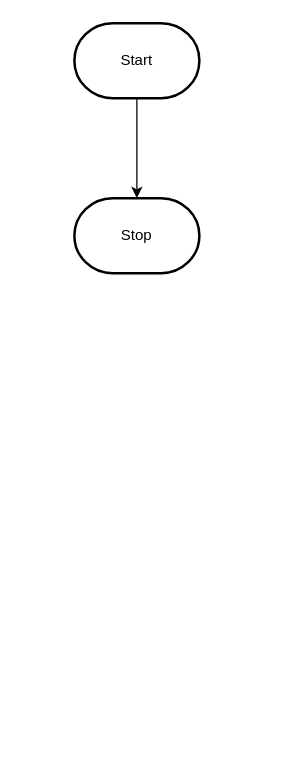
MTHS-TEJ2O-1-2023/TEJ2O-Unit-5-06-ihor-chernyshev keeps this draw.io diagram as design/flowchart.drawio. Above is the earlier version. Source tidied: cells renumbered, new cells numbered last; positions are measured from the earlier drawing's top-left corner, leaving out a move shared by most shapes. Both pictures are drawn from the tidied source at 125%, with x=0, y=0 at pixel (74, 22).
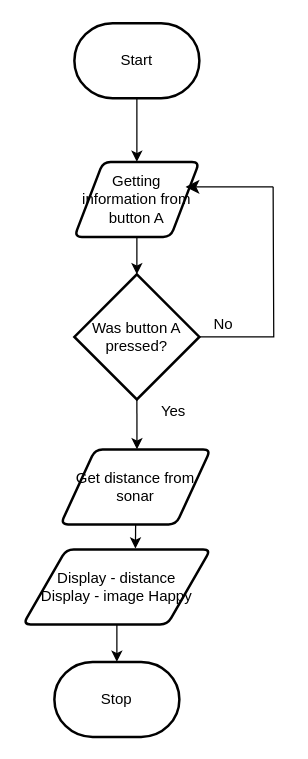
Above is the later version.

Diff of the diagram source:
```diff
@@
 <mxGraphModel>
   <root>
     <mxCell id="0" />
     <mxCell id="1" parent="0" />
-    <mxCell id="2" style="edgeStyle=orthogonalEdgeStyle;html=1;rounded=0;" parent="1" edge="1" source="3" target="4">
-      <mxGeometry relative="1" as="geometry" />
-    </mxCell>
+    <mxCell id="5" style="edgeStyle=none;html=1;exitX=0.5;exitY=1;exitDx=0;exitDy=0;exitPerimeter=0;entryX=0.5;entryY=0;entryDx=0;entryDy=0;" parent="1" edge="1" source="3" target="7">
+      <mxGeometry relative="1" as="geometry" />
+    </mxCell>
     <mxCell id="3" value="Start" style="strokeWidth=2;html=1;shape=mxgraph.flowchart.terminator;whiteSpace=wrap;" parent="1" vertex="1">
       <mxGeometry width="100" height="60" as="geometry" />
     </mxCell>
     <mxCell id="4" value="Stop" style="strokeWidth=2;html=1;shape=mxgraph.flowchart.terminator;whiteSpace=wrap;" parent="1" vertex="1">
-      <mxGeometry y="140" width="100" height="60" as="geometry" />
+      <mxGeometry x="-16" y="511" width="100" height="60" as="geometry" />
     </mxCell>
+    <mxCell id="6" style="edgeStyle=none;html=1;exitX=0.5;exitY=1;exitDx=0;exitDy=0;" parent="1" edge="1" source="7" target="10">
+      <mxGeometry relative="1" as="geometry" />
+    </mxCell>
+    <mxCell id="7" value="Getting information from button A" style="shape=parallelogram;html=1;strokeWidth=2;perimeter=parallelogramPerimeter;whiteSpace=wrap;rounded=1;arcSize=12;size=0.23;" parent="1" vertex="1">
+      <mxGeometry y="111" width="100" height="60" as="geometry" />
+    </mxCell>
+    <mxCell id="8" style="edgeStyle=orthogonalEdgeStyle;html=1;exitX=1;exitY=0.5;exitDx=0;exitDy=0;exitPerimeter=0;rounded=0;endArrow=none;endFill=0;" parent="1" edge="1" source="10">
+      <mxGeometry relative="1" as="geometry">
+        <mxPoint x="159" y="131" as="targetPoint" />
+      </mxGeometry>
+    </mxCell>
+    <mxCell id="9" style="edgeStyle=none;rounded=0;html=1;exitX=0.5;exitY=1;exitDx=0;exitDy=0;exitPerimeter=0;endArrow=classic;endFill=1;" parent="1" edge="1" source="10">
+      <mxGeometry relative="1" as="geometry">
+        <mxPoint x="50.1" y="341" as="targetPoint" />
+      </mxGeometry>
+    </mxCell>
+    <mxCell id="10" value="Was button A pressed?" style="strokeWidth=2;html=1;shape=mxgraph.flowchart.decision;whiteSpace=wrap;" parent="1" vertex="1">
+      <mxGeometry y="201" width="100" height="100" as="geometry" />
+    </mxCell>
+    <mxCell id="11" style="endArrow=classic;html=1;rounded=0;endSize=8;startSize=8;sourcePerimeterSpacing=0;targetPerimeterSpacing=0;" parent="1" edge="1">
+      <mxGeometry relative="1" as="geometry">
+        <mxPoint x="159" y="131" as="sourcePoint" />
+        <mxPoint x="89" y="131" as="targetPoint" />
+      </mxGeometry>
+    </mxCell>
+    <mxCell id="12" value="No" style="text;html=1;align=center;verticalAlign=middle;strokeColor=none;fillColor=none;" parent="1" vertex="1">
+      <mxGeometry x="99" y="226" width="40" height="30" as="geometry" />
+    </mxCell>
+    <mxCell id="13" value="Yes" style="text;html=1;align=center;verticalAlign=middle;strokeColor=none;fillColor=none;" parent="1" vertex="1">
+      <mxGeometry x="59" y="296" width="40" height="30" as="geometry" />
+    </mxCell>
+    <mxCell id="14" style="edgeStyle=none;rounded=0;html=1;exitX=0.5;exitY=1;exitDx=0;exitDy=0;entryX=0.599;entryY=-0.011;entryDx=0;entryDy=0;entryPerimeter=0;endArrow=classic;endFill=1;" parent="1" edge="1" source="15" target="17">
+      <mxGeometry relative="1" as="geometry" />
+    </mxCell>
+    <mxCell id="15" value="Get distance from sonar" style="shape=parallelogram;html=1;strokeWidth=2;perimeter=parallelogramPerimeter;whiteSpace=wrap;rounded=1;arcSize=12;size=0.23;" parent="1" vertex="1">
+      <mxGeometry x="-11" y="341" width="120" height="60" as="geometry" />
+    </mxCell>
+    <mxCell id="16" style="edgeStyle=none;rounded=0;html=1;exitX=0.5;exitY=1;exitDx=0;exitDy=0;entryX=0.5;entryY=0;entryDx=0;entryDy=0;entryPerimeter=0;endArrow=classic;endFill=1;" parent="1" edge="1" source="17" target="4">
+      <mxGeometry relative="1" as="geometry" />
+    </mxCell>
+    <mxCell id="17" value="Display - distance&lt;br&gt;Display - image Happy" style="shape=parallelogram;html=1;strokeWidth=2;perimeter=parallelogramPerimeter;whiteSpace=wrap;rounded=1;arcSize=12;size=0.23;" parent="1" vertex="1">
+      <mxGeometry x="-41" y="421" width="150" height="60" as="geometry" />
+    </mxCell>
   </root>
 </mxGraphModel>
```
